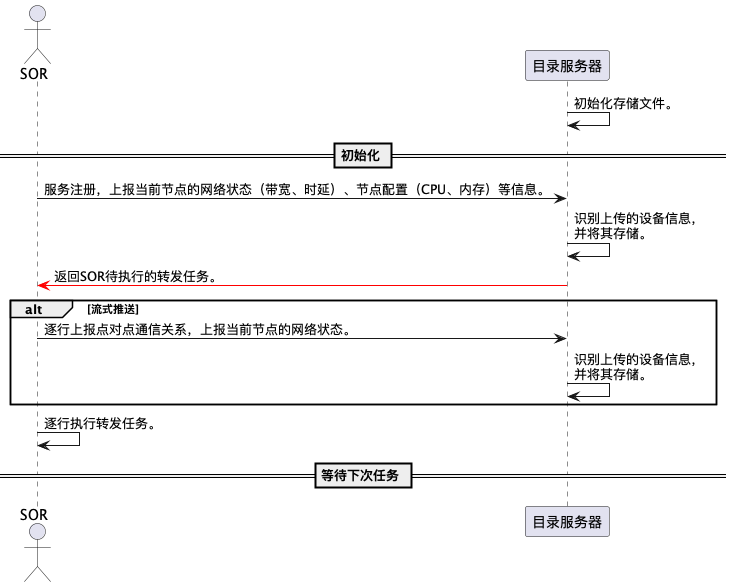
This is 交互.png from srx123456/selNSGA2, a PlantUML export, as it was before one commit.
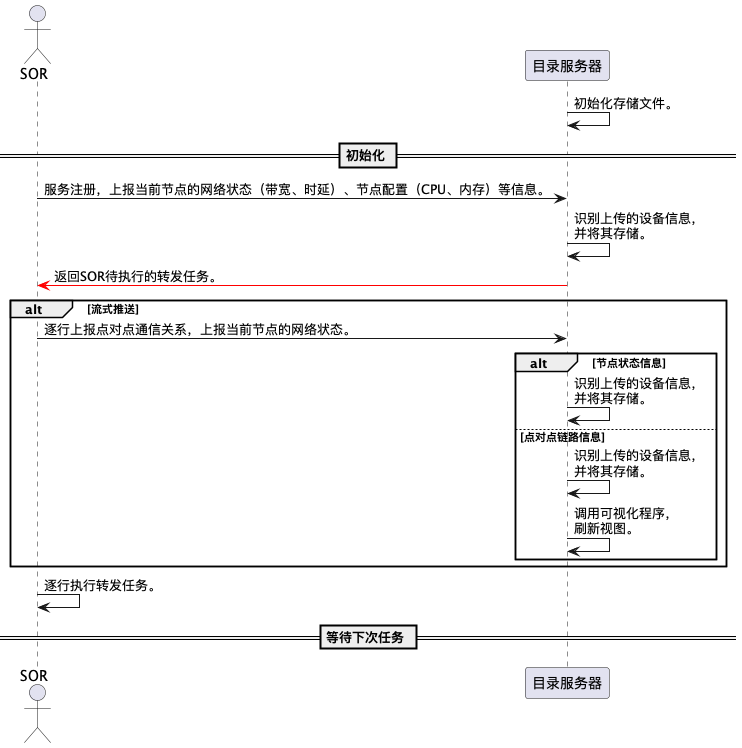
Above is the later version.

Diff of the diagram source:
```diff
@@ -8,7 +8,13 @@
 ml -[#red]> z: 返回SOR待执行的转发任务。
 alt  流式推送
     z -> ml : 逐行上报点对点通信关系，上报当前节点的网络状态。
+
+    alt 节点状态信息
     ml -> ml: 识别上传的设备信息，\n并将其存储。
+    else 点对点链路信息
+    ml -> ml: 识别上传的设备信息，\n并将其存储。
+    ml -> ml: 调用可视化程序，\n刷新视图。
+    end
 end
 z -> z : 逐行执行转发任务。
 == 等待下次任务 ==
```
